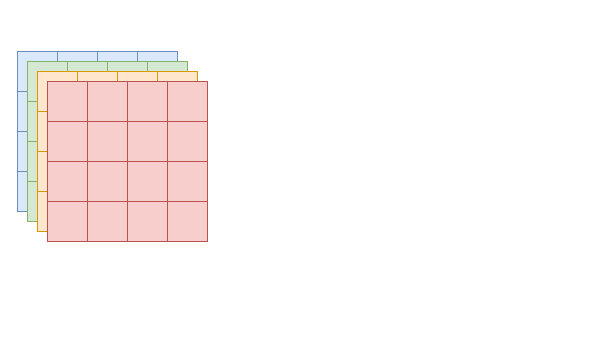
As-The-Wind/CNN-BLSTM-draw.io keeps this draw.io diagram as cnn.drawio. Above is the earlier version. Source tidied: cells renumbered, new cells numbered last; positions are measured from the earlier drawing's top-left corner, leaving out a move shared by most shapes. Both pictures are drawn from the tidied source at 100%, with x=0, y=0 at pixel (17, 51).
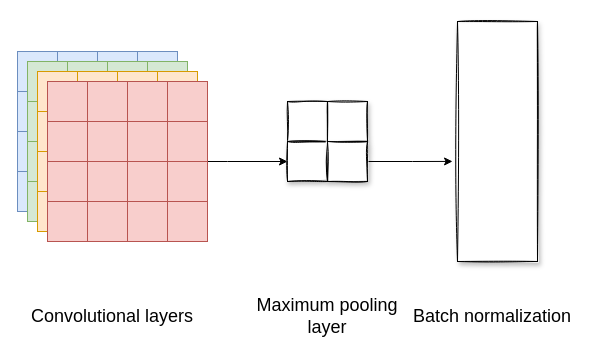
The same diagram, later.

The change refers to these unchanged cells:
```xml
<mxCell id="57" style="whiteSpace=wrap;html=1;fillColor=#f8cecc;strokeColor=#b85450;" parent="1" vertex="1">
  <mxGeometry x="150" y="70" width="40" height="40" as="geometry" />
</mxCell>
```

What changed in the source:
```diff
@@
+    <mxCell id="66" style="edgeStyle=orthogonalEdgeStyle;rounded=0;jettySize=auto;html=1;entryX=0;entryY=0.5;entryDx=0;entryDy=0;fontSize=18;" parent="1" edge="1" source="57" target="70">
+      <mxGeometry relative="1" as="geometry">
+        <Array as="points">
+          <mxPoint x="210" y="110" />
+          <mxPoint x="210" y="110" />
+        </Array>
+      </mxGeometry>
+    </mxCell>
@@
+    <mxCell id="67" style="rounded=0;whiteSpace=wrap;html=1;glass=0;shadow=1;sketch=1;" parent="1" vertex="1">
+      <mxGeometry x="440" y="-30" width="80" height="240" as="geometry" />
+    </mxCell>
+    <mxCell id="68" style="rounded=0;whiteSpace=wrap;html=1;shadow=1;glass=0;sketch=1;" parent="1" vertex="1">
+      <mxGeometry x="270" y="50" width="40" height="40" as="geometry" />
+    </mxCell>
+    <mxCell id="69" style="rounded=0;whiteSpace=wrap;html=1;shadow=1;glass=0;sketch=1;" parent="1" vertex="1">
+      <mxGeometry x="310" y="50" width="40" height="40" as="geometry" />
+    </mxCell>
+    <mxCell id="70" style="rounded=0;whiteSpace=wrap;html=1;shadow=1;glass=0;sketch=1;" parent="1" vertex="1">
+      <mxGeometry x="270" y="90" width="40" height="40" as="geometry" />
+    </mxCell>
+    <mxCell id="71" style="edgeStyle=orthogonalEdgeStyle;rounded=0;jettySize=auto;html=1;entryX=-0.062;entryY=0.583;entryDx=0;entryDy=0;entryPerimeter=0;fontSize=18;" parent="1" edge="1" source="72" target="67">
+      <mxGeometry relative="1" as="geometry" />
+    </mxCell>
+    <mxCell id="72" style="rounded=0;whiteSpace=wrap;html=1;shadow=1;glass=0;sketch=1;" parent="1" vertex="1">
+      <mxGeometry x="310" y="90" width="40" height="40" as="geometry" />
+    </mxCell>
+    <mxCell id="73" value="Convolutional layers" style="text;html=1;strokeColor=none;fillColor=none;align=center;verticalAlign=middle;whiteSpace=wrap;rounded=0;shadow=1;glass=0;sketch=1;fontSize=18;" parent="1" vertex="1">
+      <mxGeometry x="10" y="250" width="170" height="30" as="geometry" />
+    </mxCell>
+    <mxCell id="74" value="Maximum pooling layer" style="text;html=1;strokeColor=none;fillColor=none;align=center;verticalAlign=middle;whiteSpace=wrap;rounded=0;shadow=1;glass=0;sketch=1;fontSize=18;" parent="1" vertex="1">
+      <mxGeometry x="225" y="250" width="170" height="30" as="geometry" />
+    </mxCell>
+    <mxCell id="75" value="Batch normalization" style="text;html=1;strokeColor=none;fillColor=none;align=center;verticalAlign=middle;whiteSpace=wrap;rounded=0;shadow=1;glass=0;sketch=1;fontSize=18;" parent="1" vertex="1">
+      <mxGeometry x="390" y="250" width="170" height="30" as="geometry" />
+    </mxCell>
```
